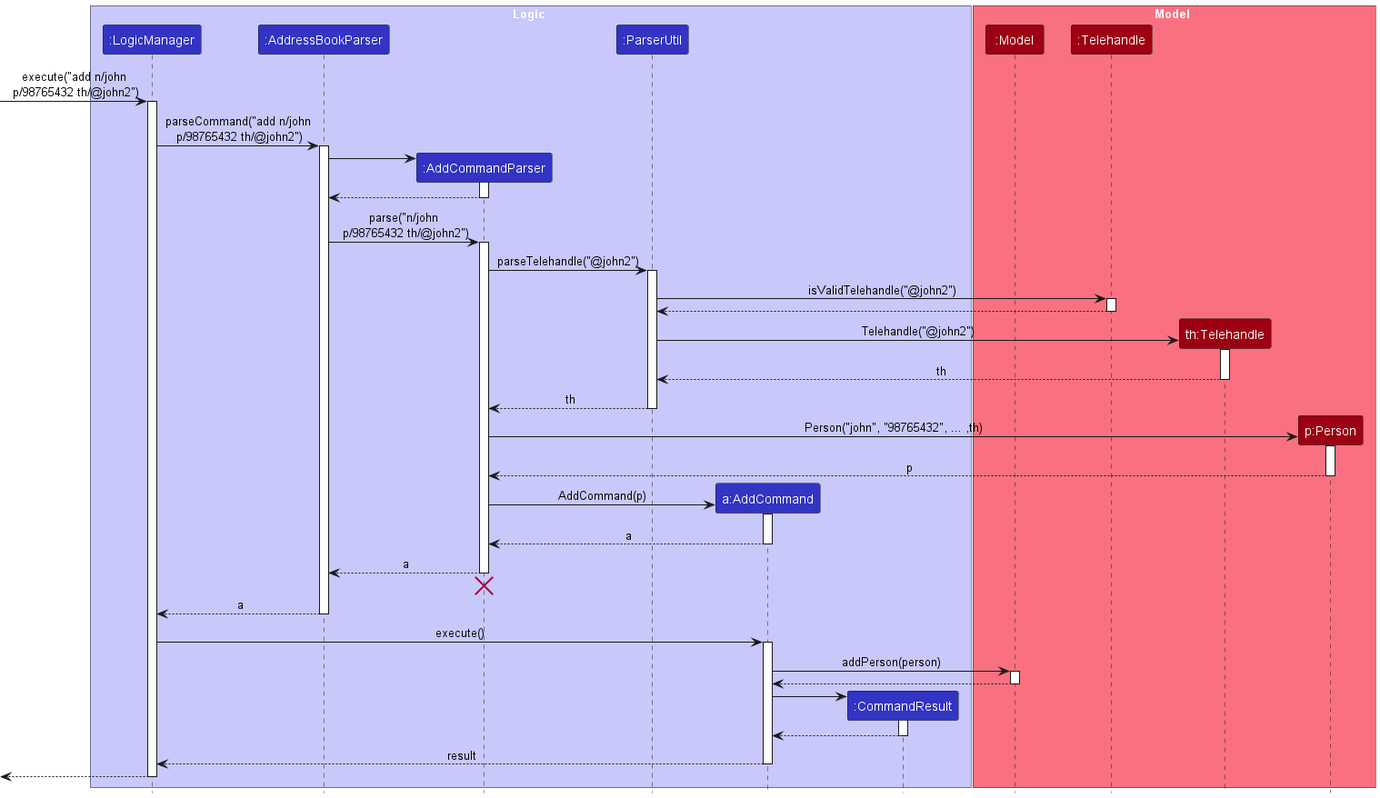
Earlier version of the PlantUML export docs/images/TelehandleSequenceDiagram.png (tanteckfang/tp).
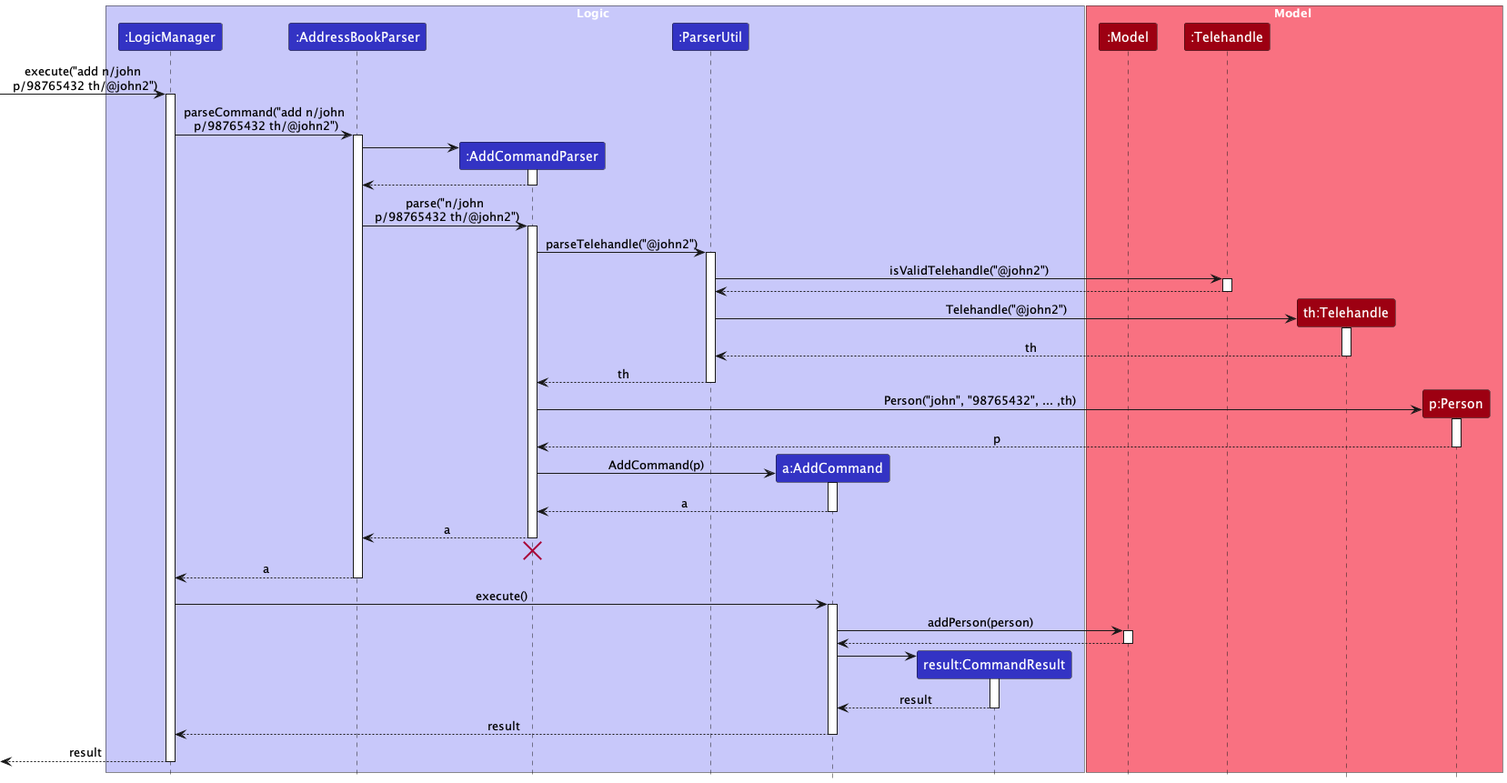
After the commit.

Commit message:
Modify UML diagrams for Feedback and Telehandle

Diff of the diagram source:
```diff
@@ -8,7 +8,7 @@
 participant ":AddCommandParser" as AddCommandParser LOGIC_COLOR
 participant ":ParserUtil" as ParserUtil LOGIC_COLOR
 participant "a:AddCommand" as AddCommand LOGIC_COLOR
-participant ":CommandResult" as CommandResult LOGIC_COLOR
+participant "result:CommandResult" as CommandResult LOGIC_COLOR
 end box
 
 box Model MODEL_COLOR_T1
@@ -88,12 +88,12 @@
 AddCommand -> CommandResult
 activate CommandResult
 
-CommandResult --> AddCommand
+CommandResult --> AddCommand : result
 deactivate CommandResult
 
 AddCommand --> LogicManager : result
 deactivate AddCommand
 
-[<--LogicManager
+[<--LogicManager : result
 deactivate LogicManager
 @enduml
```
